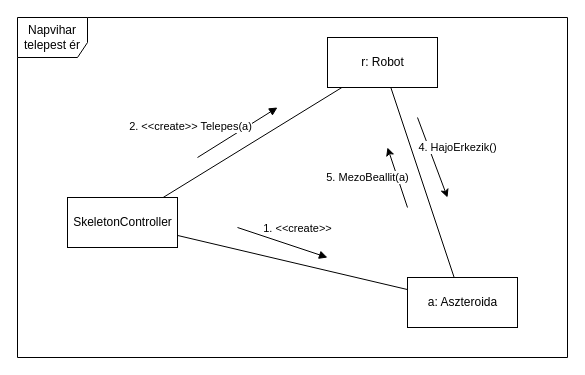
This is doc/kommunikacio/kom_NapviharRobot.drawio from torpeBoiGo/aszteroidabanyaszat, a draw.io file, before an edit. Source tidied: cells renumbered, new cells numbered last; positions are measured from the earlier drawing's top-left corner, leaving out a move shared by most shapes. Both pictures are drawn from the tidied source at 100%, with x=0, y=0 at pixel (17, 17).
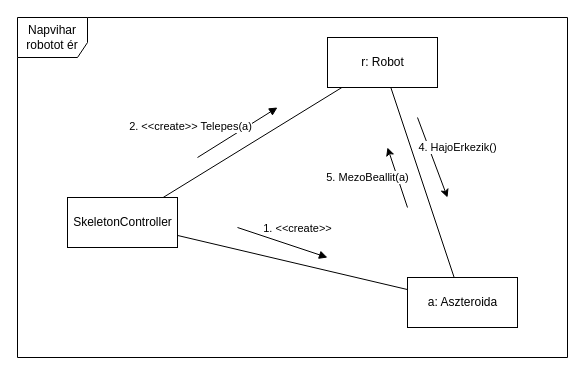
After the change.

Change to the diagram source:
```diff
@@
 <mxGraphModel>
   <root>
     <mxCell id="0" />
     <mxCell id="1" parent="0" />
-    <mxCell id="2" value="Napvihar telepest ér" style="shape=umlFrame;whiteSpace=wrap;html=1;width=70;height=40;" parent="1" vertex="1">
+    <mxCell id="2" value="Napvihar robotot ér" style="shape=umlFrame;whiteSpace=wrap;html=1;width=70;height=40;" parent="1" vertex="1">
       <mxGeometry width="550" height="340" as="geometry" />
     </mxCell>
     <mxCell id="3" value="SkeletonController" style="html=1;" parent="1" vertex="1">
       <mxGeometry x="50" y="180" width="110" height="50" as="geometry" />
     </mxCell>
     <mxCell id="4" value="r: Robot" style="html=1;" parent="1" vertex="1">
       <mxGeometry x="310" y="20" width="110" height="50" as="geometry" />
     </mxCell>
     <mxCell id="5" value="a: Aszteroida" style="html=1;" parent="1" vertex="1">
       <mxGeometry x="390" y="260" width="110" height="50" as="geometry" />
     </mxCell>
     <mxCell id="6" style="endArrow=none;html=1;" parent="1" edge="1" source="3" target="4">
       <mxGeometry relative="1" as="geometry" />
     </mxCell>
     <mxCell id="7" style="endArrow=none;html=1;" parent="1" edge="1" source="3" target="5">
       <mxGeometry relative="1" as="geometry" />
     </mxCell>
     <mxCell id="8" value="2. &amp;lt;&amp;lt;create&amp;gt;&amp;gt; Telepes(a)" style="html=1;verticalAlign=bottom;endArrow=block;" parent="1" edge="1">
       <mxGeometry x="-0.87" y="22" relative="1" as="geometry">
         <mxPoint x="180" y="140" as="sourcePoint" />
         <mxPoint x="260" y="90" as="targetPoint" />
       </mxGeometry>
     </mxCell>
     <mxCell id="9" value="1. &amp;lt;&amp;lt;create&amp;gt;&amp;gt;" style="html=1;verticalAlign=bottom;endArrow=block;" parent="1" edge="1">
       <mxGeometry x="0.27" y="9" relative="1" as="geometry">
         <mxPoint x="220" y="210" as="sourcePoint" />
         <mxPoint x="310" y="240" as="targetPoint" />
       </mxGeometry>
     </mxCell>
     <mxCell id="10" style="endArrow=none;html=1;" parent="1" edge="1" source="5" target="4">
       <mxGeometry relative="1" as="geometry" />
     </mxCell>
     <mxCell id="11" value="5. MezoBeallit(a)" style="endArrow=classic;html=1;" parent="1" edge="1">
       <mxGeometry x="0.3" y="28" relative="1" as="geometry">
         <mxPoint x="390" y="190" as="sourcePoint" />
         <mxPoint x="370" y="130" as="targetPoint" />
       </mxGeometry>
     </mxCell>
     <mxCell id="12" value="4. HajoErkezik()" style="endArrow=classic;html=1;" parent="1" edge="1">
       <mxGeometry x="-0.01" y="27" relative="1" as="geometry">
         <mxPoint x="400" y="100" as="sourcePoint" />
         <mxPoint x="430" y="180" as="targetPoint" />
       </mxGeometry>
     </mxCell>
   </root>
 </mxGraphModel>
```
